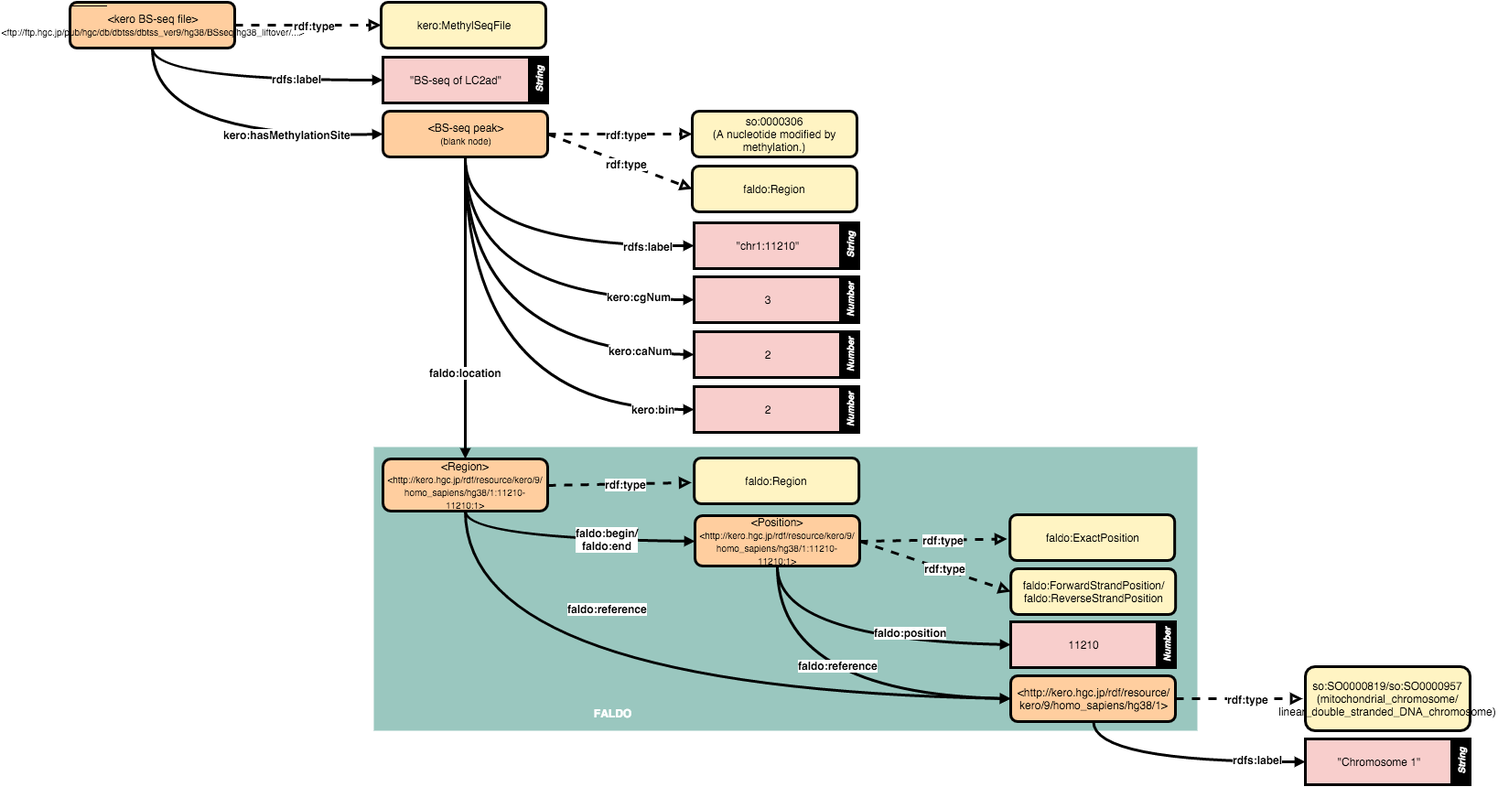
Before: schema/kero-BS.png, a diagram exported from draw.io (orenogithub/kero). Source tidied: cells renumbered, new cells last; positions are measured from the earlier drawing's top-left corner, leaving out a move shared by most shapes.
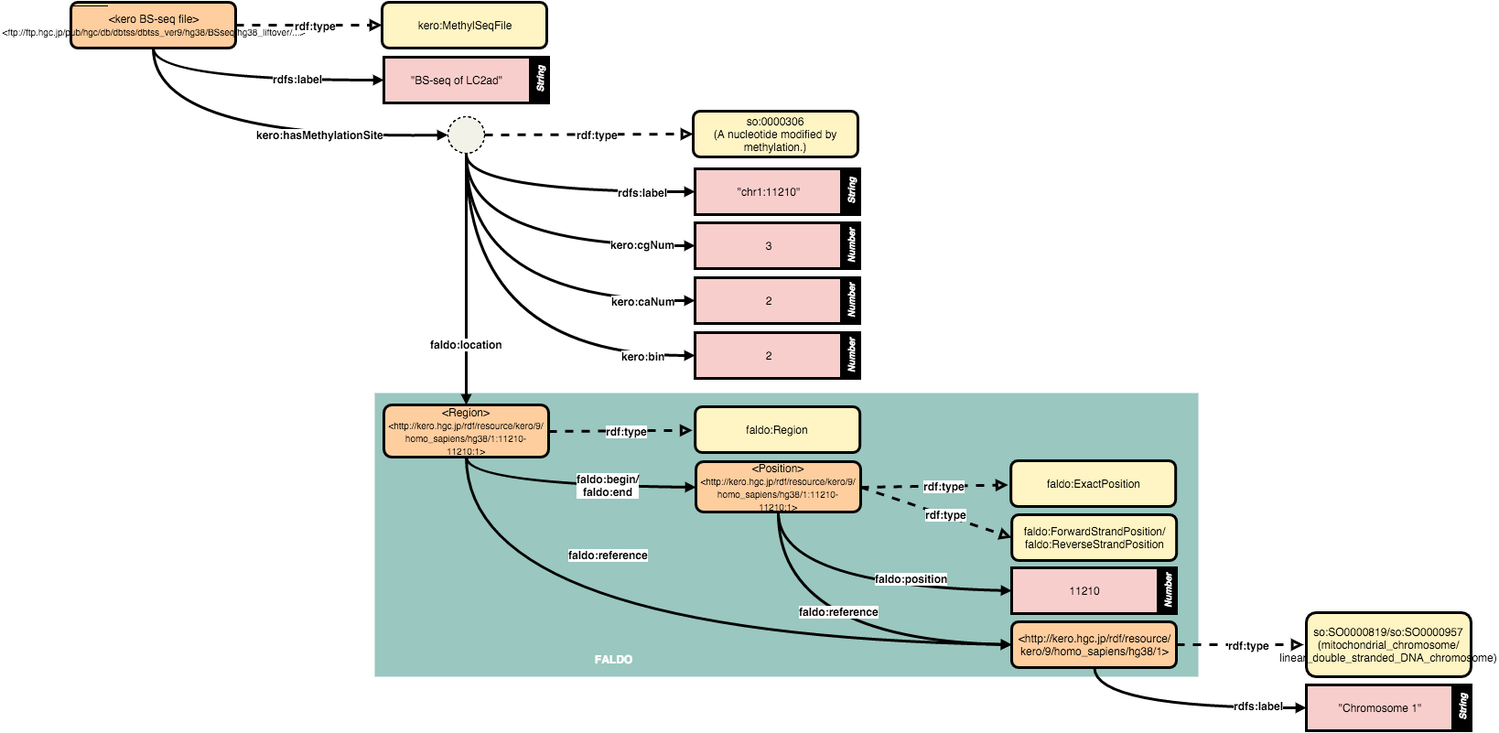
After the change.

Commit message:
replace the schema figure

The edit, as a diff of the source:
```diff
@@ -30,7 +30,7 @@
       </mxGeometry>
     </mxCell>
     <mxCell id="9" value="&lt;div style=&quot;line-height: 14.4px&quot;&gt;&lt;div style=&quot;line-height: 14.4px&quot;&gt;&amp;lt;kero BS-seq file&amp;gt;&lt;/div&gt;&lt;div style=&quot;line-height: 14.4px&quot;&gt;&lt;font style=&quot;font-size: 9px&quot;&gt;&amp;lt;ftp://ftp.hgc.jp/pub/hgc/db/dbtss/dbtss_ver9/hg38/BSseq/hg38_liftover/...&amp;gt;&lt;/font&gt;&lt;/div&gt;&lt;/div&gt;" style="whiteSpace=wrap;html=1;rounded=1;fillColor=#FFCE9F;strokeWidth=3;" parent="1" vertex="1">
-      <mxGeometry width="180" height="50" as="geometry" />
+      <mxGeometry y="59" width="180" height="50" as="geometry" />
     </mxCell>
     <mxCell id="10" style="rounded=0;html=1;endArrow=block;endFill=0;dashed=1;targetPerimeterSpacing=3;strokeWidth=3;exitX=1;exitY=0.5;entryX=0;entryY=0.5;" parent="1" edge="1" source="9" target="12">
       <mxGeometry x="263" y="35" as="geometry" />
@@ -39,12 +39,12 @@
       <mxGeometry x="0.08" relative="1" as="geometry" />
     </mxCell>
     <mxCell id="12" value="kero:MethylSeqFile" style="whiteSpace=wrap;html=1;rounded=1;strokeWidth=3;fillColor=#FFF4C3;" parent="1" vertex="1">
-      <mxGeometry x="340" width="180" height="50" as="geometry" />
+      <mxGeometry x="340" y="59" width="180" height="50" as="geometry" />
     </mxCell>
-    <mxCell id="13" style="html=1;endArrow=block;endFill=1;strokeWidth=3;targetPerimeterSpacing=3;endSize=4;exitX=0.5;exitY=1;entryX=0;entryY=0.5;curved=1;" parent="1" edge="1" source="9" target="15">
+    <mxCell id="13" style="html=1;endArrow=block;endFill=1;strokeWidth=3;targetPerimeterSpacing=3;endSize=4;exitX=0.5;exitY=1;entryX=0;entryY=0.5;curved=1;" parent="1" edge="1" source="9" target="77">
       <mxGeometry x="263" y="199" as="geometry">
         <Array as="points">
-          <mxPoint x="90" y="150" />
+          <mxPoint x="90" y="209" />
         </Array>
       </mxGeometry>
     </mxCell>
@@ -53,19 +53,16 @@
         <mxPoint x="71" y="-6" as="offset" />
       </mxGeometry>
     </mxCell>
-    <mxCell id="15" value="&lt;div style=&quot;line-height: 14.4px&quot;&gt;&lt;div style=&quot;line-height: 14.4px&quot;&gt;&amp;lt;BS-seq peak&amp;gt;&lt;/div&gt;&lt;div style=&quot;line-height: 14.4px&quot;&gt;&lt;span style=&quot;font-size: 10px&quot;&gt;(blank node)&lt;/span&gt;&lt;/div&gt;&lt;/div&gt;" style="whiteSpace=wrap;html=1;rounded=1;fillColor=#FFCE9F;strokeWidth=3;" parent="1" vertex="1">
-      <mxGeometry x="342" y="119" width="180" height="50" as="geometry" />
-    </mxCell>
-    <mxCell id="16" style="rounded=0;html=1;endArrow=block;endFill=0;dashed=1;targetPerimeterSpacing=3;strokeWidth=3;exitX=1;exitY=0.5;entryX=0;entryY=0.5;" parent="1" edge="1" source="15" target="18">
+    <mxCell id="16" style="rounded=0;html=1;endArrow=block;endFill=0;dashed=1;targetPerimeterSpacing=3;strokeWidth=3;exitX=1;exitY=0.5;entryX=0;entryY=0.5;" parent="1" edge="1" source="77" target="18">
       <mxGeometry x="603" y="204" as="geometry" />
     </mxCell>
     <mxCell id="17" value="rdf:type&lt;br&gt;" style="text;html=1;align=center;verticalAlign=middle;labelBackgroundColor=#ffffff;rounded=1;fontStyle=1;" parent="16" vertex="1">
       <mxGeometry x="0.08" relative="1" as="geometry" />
     </mxCell>
     <mxCell id="18" value="&lt;p&gt;&lt;span&gt;so:&lt;/span&gt;&lt;span&gt;0000306&lt;br&gt;&lt;/span&gt;&lt;span style=&quot;line-height: 1.2&quot;&gt;(&lt;/span&gt;&lt;span style=&quot;line-height: 1.2&quot;&gt;A nucleotide modified by methylation.&lt;/span&gt;&lt;span style=&quot;line-height: 1.2&quot;&gt;)&lt;/span&gt;&lt;/p&gt;" style="whiteSpace=wrap;html=1;rounded=1;strokeWidth=3;fillColor=#FFF4C3;" parent="1" vertex="1">
-      <mxGeometry x="680" y="119" width="180" height="50" as="geometry" />
+      <mxGeometry x="680" y="178" width="180" height="50" as="geometry" />
     </mxCell>
-    <mxCell id="19" style="html=1;endArrow=block;endFill=1;strokeWidth=3;targetPerimeterSpacing=3;endSize=4;curved=1;entryX=0;entryY=0.5;exitX=0.5;exitY=1;" parent="1" edge="1" source="15" target="22">
+    <mxCell id="19" style="html=1;endArrow=block;endFill=1;strokeWidth=3;targetPerimeterSpacing=3;endSize=4;curved=1;entryX=0;entryY=0.5;exitX=0.5;exitY=1;" parent="1" edge="1" source="77" target="22">
       <mxGeometry x="603" y="289" as="geometry">
         <Array as="points">
           <mxPoint x="430" y="266" />
@@ -74,7 +71,7 @@
     </mxCell>
     <mxCell id="20" value="rdfs:label" style="text;html=1;align=center;verticalAlign=middle;labelBackgroundColor=#ffffff;rounded=1;fontStyle=1;" parent="19" vertex="1">
       <mxGeometry y="-2" relative="1" as="geometry">
-        <mxPoint x="124" y="-2" as="offset" />
+        <mxPoint x="90" y="-2" as="offset" />
       </mxGeometry>
     </mxCell>
     <mxCell id="21" style="group;" parent="1" vertex="1">
@@ -87,16 +84,16 @@
       <mxGeometry x="145" y="15" width="50" height="20" as="geometry" />
     </mxCell>
     <mxCell id="24" style="rounded=0;html=1;endArrow=block;endFill=0;dashed=1;targetPerimeterSpacing=3;strokeWidth=3;exitX=1;exitY=0.5;" parent="1" edge="1" source="5" target="26">
-      <mxGeometry x="535" y="529" as="geometry" />
+      <mxGeometry x="535" y="470" as="geometry" />
     </mxCell>
     <mxCell id="25" value="rdf:type&lt;br&gt;" style="text;html=1;align=center;verticalAlign=middle;labelBackgroundColor=#ffffff;rounded=1;fontStyle=1;" parent="24" vertex="1">
       <mxGeometry x="0.08" relative="1" as="geometry" />
     </mxCell>
     <mxCell id="26" value="faldo:Region" style="whiteSpace=wrap;html=1;rounded=1;strokeWidth=3;fillColor=#FFF4C3;" parent="1" vertex="1">
-      <mxGeometry x="682.2" y="498" width="180" height="50" as="geometry" />
+      <mxGeometry x="682.2" y="501" width="180" height="50" as="geometry" />
     </mxCell>
     <mxCell id="27" style="rounded=0;html=1;endArrow=block;endFill=0;dashed=1;targetPerimeterSpacing=3;strokeWidth=3;exitX=1;exitY=0.5;" parent="1" edge="1" source="6" target="29">
-      <mxGeometry x="875" y="589" as="geometry" />
+      <mxGeometry x="875" y="530" as="geometry" />
     </mxCell>
     <mxCell id="28" value="rdf:type&lt;br&gt;" style="text;html=1;align=center;verticalAlign=middle;labelBackgroundColor=#ffffff;rounded=1;fontStyle=1;" parent="27" vertex="1">
       <mxGeometry x="0.08" relative="1" as="geometry">
@@ -110,7 +107,7 @@
       <mxGeometry x="1028.2" y="619" width="180" height="50" as="geometry" />
     </mxCell>
     <mxCell id="31" style="html=1;endArrow=block;endFill=1;strokeWidth=3;targetPerimeterSpacing=3;endSize=4;entryX=0;entryY=0.5;curved=1;exitX=0.5;exitY=1;" parent="1" edge="1" source="6" target="34">
-      <mxGeometry x="665" y="681" as="geometry">
+      <mxGeometry x="665" y="622" as="geometry">
         <Array as="points">
           <mxPoint x="772" y="696" />
         </Array>
@@ -139,20 +136,20 @@
     <mxCell id="38" value="&lt;font color=&quot;#ffffff&quot;&gt;&lt;i&gt;Number&lt;/i&gt;&lt;/font&gt;" style="whiteSpace=wrap;html=1;fillColor=#000000;fontStyle=1;rotation=-90;fontSize=10;strokeWidth=3;" parent="36" vertex="1">
       <mxGeometry x="145" y="15" width="50" height="20" as="geometry" />
     </mxCell>
-    <mxCell id="39" style="html=1;endArrow=block;endFill=1;strokeWidth=3;targetPerimeterSpacing=3;endSize=4;exitX=0.5;exitY=1;curved=1;entryX=0;entryY=0.5;" parent="1" edge="1" source="15" target="37">
+    <mxCell id="39" style="html=1;endArrow=block;endFill=1;strokeWidth=3;targetPerimeterSpacing=3;endSize=4;curved=1;entryX=0;entryY=0.5;exitX=0.5;exitY=1;" parent="1" edge="1" source="77" target="37">
       <mxGeometry x="496" y="384" as="geometry">
         <Array as="points">
-          <mxPoint x="430" y="380" />
+          <mxPoint x="430" y="385" />
         </Array>
       </mxGeometry>
     </mxCell>
     <mxCell id="40" value="kero:caNum" style="text;html=1;align=center;verticalAlign=middle;labelBackgroundColor=#ffffff;rounded=1;fontStyle=1;" parent="39" vertex="1">
       <mxGeometry y="-2" relative="1" as="geometry">
-        <mxPoint x="172" y="-2" as="offset" />
+        <mxPoint x="149" y="-2" as="offset" />
       </mxGeometry>
     </mxCell>
     <mxCell id="41" style="line;html=1;strokeWidth=1;fillColor=none;align=left;verticalAlign=middle;spacingTop=-1;spacingLeft=3;spacingRight=3;labelPosition=right;" parent="1" vertex="1">
-      <mxGeometry width="40" height="8" as="geometry" />
+      <mxGeometry y="59" width="40" height="8" as="geometry" />
     </mxCell>
     <mxCell id="42" style="group;" parent="1" vertex="1">
       <mxGeometry x="682" y="300" width="180" height="50" as="geometry" />
@@ -163,7 +160,7 @@
     <mxCell id="44" value="&lt;font color=&quot;#ffffff&quot;&gt;&lt;i&gt;Number&lt;/i&gt;&lt;/font&gt;" style="whiteSpace=wrap;html=1;fillColor=#000000;fontStyle=1;rotation=-90;fontSize=10;strokeWidth=3;" parent="42" vertex="1">
       <mxGeometry x="145" y="15" width="50" height="20" as="geometry" />
     </mxCell>
-    <mxCell id="45" style="html=1;endArrow=block;endFill=1;strokeWidth=3;targetPerimeterSpacing=3;endSize=4;exitX=0.5;exitY=1;curved=1;entryX=0;entryY=0.5;" parent="1" edge="1" source="15" target="43">
+    <mxCell id="45" style="html=1;endArrow=block;endFill=1;strokeWidth=3;targetPerimeterSpacing=3;endSize=4;curved=1;entryX=0;entryY=0.5;exitX=0.5;exitY=1;" parent="1" edge="1" source="77" target="43">
       <mxGeometry x="496" y="384" as="geometry">
         <Array as="points">
           <mxPoint x="430" y="325" />
@@ -172,11 +169,11 @@
     </mxCell>
     <mxCell id="46" value="kero:cgNum" style="text;html=1;align=center;verticalAlign=middle;labelBackgroundColor=#ffffff;rounded=1;fontStyle=1;" parent="45" vertex="1">
       <mxGeometry y="-2" relative="1" as="geometry">
-        <mxPoint x="144" y="-6" as="offset" />
+        <mxPoint x="119" y="-4" as="offset" />
       </mxGeometry>
     </mxCell>
     <mxCell id="47" style="rounded=0;html=1;endArrow=block;endFill=0;dashed=1;targetPerimeterSpacing=3;strokeWidth=3;exitX=1;exitY=0.5;" parent="1" edge="1" source="58" target="49">
-      <mxGeometry x="1291" y="771" as="geometry" />
+      <mxGeometry x="1291" y="712" as="geometry" />
     </mxCell>
     <mxCell id="48" value="rdf:type&lt;br&gt;" style="text;html=1;align=center;verticalAlign=middle;labelBackgroundColor=#ffffff;rounded=1;fontStyle=1;" parent="47" vertex="1">
       <mxGeometry x="0.08" relative="1" as="geometry">
@@ -187,7 +184,7 @@
       <mxGeometry x="1350" y="726" width="180" height="70" as="geometry" />
     </mxCell>
     <mxCell id="50" style="html=1;endArrow=block;endFill=1;strokeWidth=3;targetPerimeterSpacing=3;endSize=4;curved=1;entryX=0;entryY=0.5;exitX=0.5;exitY=1;" parent="1" edge="1" target="53">
-      <mxGeometry x="1273" y="880" as="geometry">
+      <mxGeometry x="1273" y="821" as="geometry">
         <mxPoint x="1118.5" y="786.1" as="sourcePoint" />
         <Array as="points">
           <mxPoint x="1118" y="830" />
@@ -208,20 +205,11 @@
     <mxCell id="54" value="&lt;font color=&quot;#ffffff&quot;&gt;&lt;i&gt;String&lt;/i&gt;&lt;/font&gt;" style="whiteSpace=wrap;html=1;fillColor=#000000;fontStyle=1;rotation=-90;fontSize=10;strokeWidth=3;" parent="52" vertex="1">
       <mxGeometry x="145" y="15" width="50" height="20" as="geometry" />
     </mxCell>
-    <mxCell id="55" value="&lt;p&gt;faldo:Region&lt;/p&gt;" style="whiteSpace=wrap;html=1;rounded=1;strokeWidth=3;fillColor=#FFF4C3;" parent="1" vertex="1">
-      <mxGeometry x="680" y="179" width="180" height="50" as="geometry" />
-    </mxCell>
-    <mxCell id="56" style="rounded=0;html=1;endArrow=block;endFill=0;dashed=1;targetPerimeterSpacing=3;strokeWidth=3;exitX=1;exitY=0.5;entryX=0;entryY=0.5;" parent="1" edge="1" source="15" target="55">
-      <mxGeometry x="613" y="214" as="geometry" />
-    </mxCell>
-    <mxCell id="57" value="rdf:type&lt;br&gt;" style="text;html=1;align=center;verticalAlign=middle;labelBackgroundColor=#ffffff;rounded=1;fontStyle=1;" parent="56" vertex="1">
-      <mxGeometry x="0.08" relative="1" as="geometry" />
-    </mxCell>
     <mxCell id="58" value="&amp;lt;http://kero.hgc.jp/rdf/resource/&lt;br&gt;kero/9/homo_sapiens/hg38/1&amp;gt;" style="whiteSpace=wrap;html=1;rounded=1;fillColor=#FFCE9F;strokeWidth=3;" parent="1" vertex="1">
       <mxGeometry x="1028" y="736" width="180" height="50" as="geometry" />
     </mxCell>
     <mxCell id="59" style="rounded=0;html=1;endArrow=block;endFill=0;dashed=1;targetPerimeterSpacing=3;strokeWidth=3;exitX=1;exitY=0.5;entryX=0;entryY=0.5;" parent="1" edge="1" source="6" target="30">
-      <mxGeometry x="885" y="599" as="geometry" />
+      <mxGeometry x="885" y="540" as="geometry" />
     </mxCell>
     <mxCell id="60" value="rdf:type&lt;br&gt;" style="text;html=1;align=center;verticalAlign=middle;labelBackgroundColor=#ffffff;rounded=1;fontStyle=1;" parent="59" vertex="1">
       <mxGeometry x="0.08" relative="1" as="geometry">
@@ -229,14 +217,14 @@
       </mxGeometry>
     </mxCell>
     <mxCell id="61" style="html=1;endArrow=block;endFill=1;strokeWidth=3;targetPerimeterSpacing=3;endSize=4;entryX=0;entryY=0.5;curved=1;exitX=0.5;exitY=1;" parent="1" edge="1" source="6" target="58">
-      <mxGeometry x="675" y="691" as="geometry">
+      <mxGeometry x="675" y="632" as="geometry">
         <Array as="points">
           <mxPoint x="772" y="755" />
         </Array>
       </mxGeometry>
     </mxCell>
     <mxCell id="62" style="html=1;endArrow=block;endFill=1;strokeWidth=3;targetPerimeterSpacing=3;endSize=4;entryX=0;entryY=0.5;curved=1;exitX=0.5;exitY=1;" parent="1" edge="1" source="5" target="58">
-      <mxGeometry x="538" y="776" as="geometry">
+      <mxGeometry x="538" y="717" as="geometry">
         <Array as="points">
           <mxPoint x="433" y="750" />
         </Array>
@@ -247,7 +235,7 @@
         <mxPoint x="205" y="-31" as="offset" />
       </mxGeometry>
     </mxCell>
-    <mxCell id="64" style="rounded=0;html=1;endArrow=block;endFill=1;strokeWidth=3;targetPerimeterSpacing=3;endSize=4;exitX=0.5;exitY=1;entryX=0.5;entryY=0;" parent="1" edge="1" source="15" target="5">
+    <mxCell id="64" style="rounded=0;html=1;endArrow=block;endFill=1;strokeWidth=3;targetPerimeterSpacing=3;endSize=4;entryX=0.5;entryY=0;exitX=0.5;exitY=1;" parent="1" edge="1" source="77" target="5">
       <mxGeometry x="123" y="280" as="geometry" />
     </mxCell>
     <mxCell id="65" value="faldo:location" style="text;html=1;align=center;verticalAlign=middle;labelBackgroundColor=#ffffff;rounded=1;fontStyle=1;" parent="64" vertex="1">
@@ -263,7 +251,7 @@
     <mxCell id="67" style="html=1;endArrow=block;endFill=1;strokeWidth=3;targetPerimeterSpacing=3;endSize=4;exitX=0.5;exitY=1;entryX=0;entryY=0.5;curved=1;" parent="1" edge="1" source="9" target="70">
       <mxGeometry x="273" y="209" as="geometry">
         <Array as="points">
-          <mxPoint x="90" y="85" />
+          <mxPoint x="90" y="144" />
         </Array>
       </mxGeometry>
     </mxCell>
@@ -273,7 +261,7 @@
       </mxGeometry>
     </mxCell>
     <mxCell id="69" style="group;" parent="1" vertex="1">
-      <mxGeometry x="342" y="60" width="180" height="50" as="geometry" />
+      <mxGeometry x="342" y="119" width="180" height="50" as="geometry" />
     </mxCell>
     <mxCell id="70" value="&quot;BS-seq of LC2ad&quot;" style="whiteSpace=wrap;html=1;rounded=0;fillColor=#F8CECC;strokeWidth=3;glass=0;shadow=0;strokeColor=#000000;" parent="69" vertex="1">
       <mxGeometry width="160" height="50" as="geometry" />
@@ -290,7 +278,7 @@
     <mxCell id="74" value="&lt;font color=&quot;#ffffff&quot;&gt;&lt;i&gt;Number&lt;/i&gt;&lt;/font&gt;" style="whiteSpace=wrap;html=1;fillColor=#000000;fontStyle=1;rotation=-90;fontSize=10;strokeWidth=3;" parent="72" vertex="1">
       <mxGeometry x="145" y="15" width="50" height="20" as="geometry" />
     </mxCell>
-    <mxCell id="75" style="html=1;endArrow=block;endFill=1;strokeWidth=3;targetPerimeterSpacing=3;endSize=4;exitX=0.5;exitY=1;curved=1;entryX=0;entryY=0.5;" parent="1" edge="1" source="15" target="73">
+    <mxCell id="75" style="html=1;endArrow=block;endFill=1;strokeWidth=3;targetPerimeterSpacing=3;endSize=4;curved=1;entryX=0;entryY=0.5;exitX=0.5;exitY=1;" parent="1" edge="1" source="77" target="73">
       <mxGeometry x="506" y="394" as="geometry">
         <Array as="points">
           <mxPoint x="432" y="445" />
@@ -299,8 +287,11 @@
     </mxCell>
     <mxCell id="76" value="kero:bin" style="text;html=1;align=center;verticalAlign=middle;labelBackgroundColor=#ffffff;rounded=1;fontStyle=1;" parent="75" vertex="1">
       <mxGeometry y="-2" relative="1" as="geometry">
-        <mxPoint x="207" y="12" as="offset" />
+        <mxPoint x="178" y="-2" as="offset" />
       </mxGeometry>
     </mxCell>
+    <mxCell id="77" style="ellipse;whiteSpace=wrap;html=1;fontFamily=Helvetica;fontSize=12;fontColor=#000000;align=center;strokeColor=#000000;fillColor=#F2F2E9;dashed=1;" parent="1" vertex="1">
+      <mxGeometry x="412" y="184" width="40" height="40" as="geometry" />
+    </mxCell>
   </root>
 </mxGraphModel>
```
